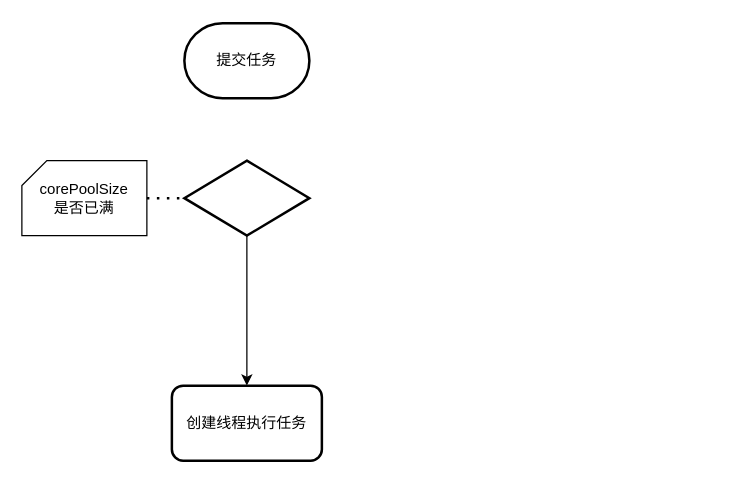
Before: 未命名绘图.drawio in zwoou/pic, a draw.io diagram. Source tidied: cells renumbered, new cells numbered last; positions are measured from the earlier drawing's top-left corner, leaving out a move shared by most shapes. Both pictures are drawn from the tidied source at 125%, with x=0, y=0 at pixel (21, 22).
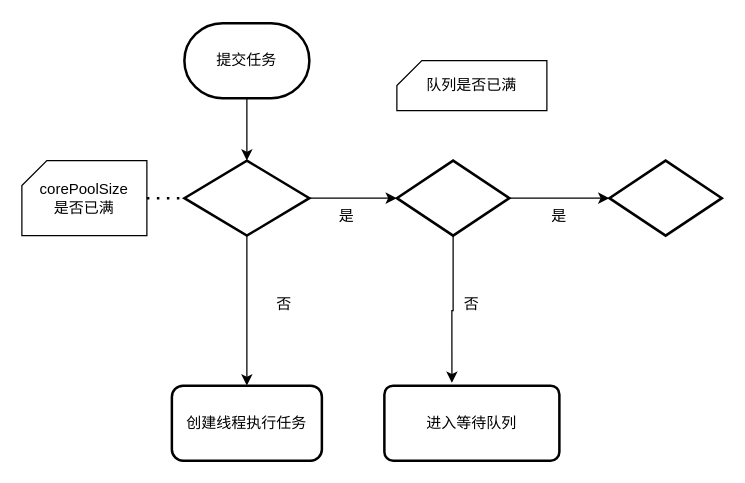
The same page after the edit.

Commit message:
线程池流程图.drawio

Unchanged cells that the change refers to:
```xml
<mxCell id="2" value="提交任务" style="strokeWidth=2;html=1;shape=mxgraph.flowchart.terminator;whiteSpace=wrap;" parent="1" vertex="1">
  <mxGeometry x="130" width="100" height="60" as="geometry" />
</mxCell>
<mxCell id="5" style="strokeWidth=2;html=1;shape=mxgraph.flowchart.decision;whiteSpace=wrap;" parent="1" vertex="1">
  <mxGeometry x="130" y="110" width="100" height="60" as="geometry" />
</mxCell>
```

Diff of the diagram source:
```diff
@@
+    <mxCell id="9" style="edgeStyle=orthogonalEdgeStyle;rounded=0;jettySize=auto;html=1;exitX=0.5;exitY=1;exitDx=0;exitDy=0;exitPerimeter=0;" parent="1" edge="1" source="2" target="5">
+      <mxGeometry relative="1" as="geometry" />
+    </mxCell>
@@
+    <mxCell id="10" style="edgeStyle=orthogonalEdgeStyle;rounded=0;jettySize=auto;html=1;exitX=1;exitY=0.5;exitDx=0;exitDy=0;exitPerimeter=0;entryX=0;entryY=0.5;entryDx=0;entryDy=0;entryPerimeter=0;" parent="1" edge="1" source="5" target="16">
+      <mxGeometry relative="1" as="geometry" />
+    </mxCell>
@@
+    <mxCell id="11" value="否" style="text;html=1;strokeColor=none;fillColor=none;align=center;verticalAlign=middle;whiteSpace=wrap;rounded=0;" parent="1" vertex="1">
+      <mxGeometry x="180" y="210" width="60" height="30" as="geometry" />
+    </mxCell>
+    <mxCell id="12" style="verticalLabelPosition=bottom;verticalAlign=top;html=1;shape=card;whiteSpace=wrap;size=20;arcSize=12;" parent="1" vertex="1">
+      <mxGeometry x="300" y="30" width="120" height="40" as="geometry" />
+    </mxCell>
+    <mxCell id="13" value="队列是否已满" style="text;strokeColor=none;align=center;fillColor=none;html=1;verticalAlign=middle;whiteSpace=wrap;rounded=0;" parent="1" vertex="1">
+      <mxGeometry x="320" y="10" width="80" height="80" as="geometry" />
+    </mxCell>
+    <mxCell id="14" style="edgeStyle=orthogonalEdgeStyle;rounded=0;jettySize=auto;html=1;" parent="1" edge="1" source="16" target="17">
+      <mxGeometry relative="1" as="geometry" />
+    </mxCell>
+    <mxCell id="15" style="edgeStyle=orthogonalEdgeStyle;rounded=0;jettySize=auto;html=1;entryX=0.386;entryY=-0.037;entryDx=0;entryDy=0;entryPerimeter=0;" parent="1" edge="1" source="16" target="20">
+      <mxGeometry relative="1" as="geometry" />
+    </mxCell>
+    <mxCell id="16" style="strokeWidth=2;html=1;shape=mxgraph.flowchart.decision;whiteSpace=wrap;" parent="1" vertex="1">
+      <mxGeometry x="300" y="110" width="90" height="60" as="geometry" />
+    </mxCell>
+    <mxCell id="17" style="strokeWidth=2;html=1;shape=mxgraph.flowchart.decision;whiteSpace=wrap;" parent="1" vertex="1">
+      <mxGeometry x="470" y="110" width="90" height="60" as="geometry" />
+    </mxCell>
+    <mxCell id="18" value="是" style="text;html=1;strokeColor=none;fillColor=none;align=center;verticalAlign=middle;whiteSpace=wrap;rounded=0;" parent="1" vertex="1">
+      <mxGeometry x="230" y="140" width="60" height="30" as="geometry" />
+    </mxCell>
+    <mxCell id="19" value="是" style="text;html=1;strokeColor=none;fillColor=none;align=center;verticalAlign=middle;whiteSpace=wrap;rounded=0;" parent="1" vertex="1">
+      <mxGeometry x="400" y="140" width="60" height="30" as="geometry" />
+    </mxCell>
+    <mxCell id="20" value="进入等待队列" style="rounded=1;whiteSpace=wrap;html=1;absoluteArcSize=1;arcSize=14;strokeWidth=2;" parent="1" vertex="1">
+      <mxGeometry x="290" y="290" width="140" height="60" as="geometry" />
+    </mxCell>
+    <mxCell id="21" value="否" style="text;html=1;strokeColor=none;fillColor=none;align=center;verticalAlign=middle;whiteSpace=wrap;rounded=0;" parent="1" vertex="1">
+      <mxGeometry x="330" y="210" width="60" height="30" as="geometry" />
+    </mxCell>
```
